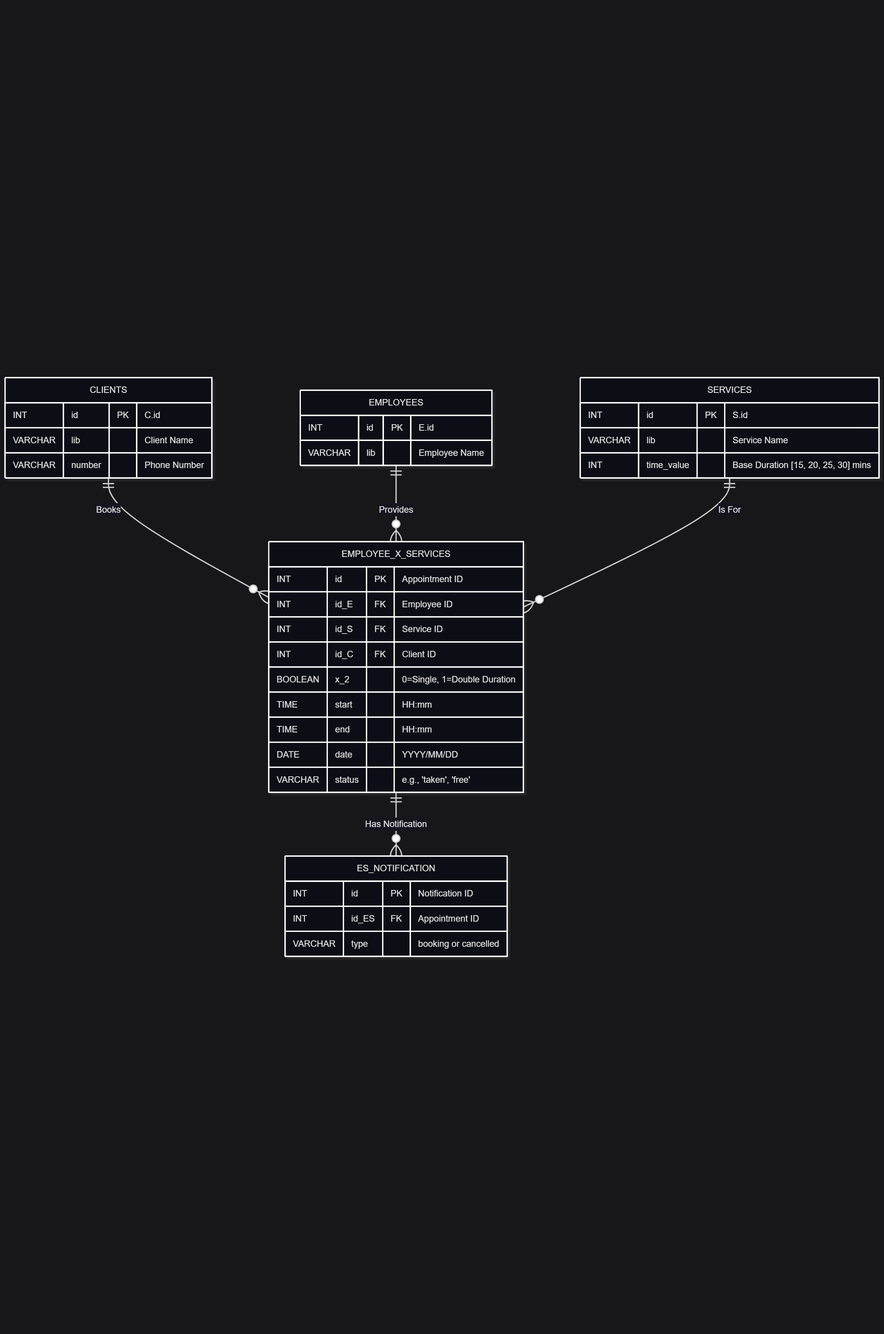
Earlier version of the Mermaid export datamodel.png (NinjaZMY/DaleelTeq-Booking-Simulation-Service-). Its source is kept beside it as datamodel.mmd.
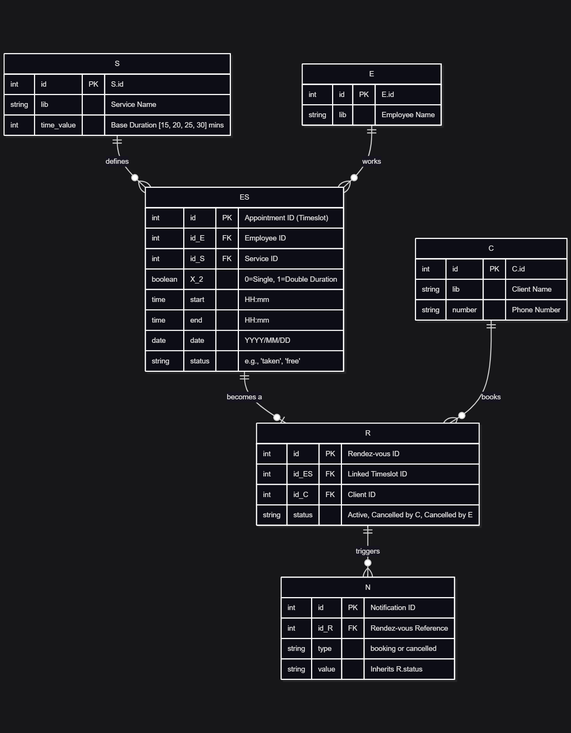
After the change.

Diff of the diagram source:
```diff
@@ -1,40 +1,48 @@
 erDiagram
-    CLIENTS {
-        INT id PK "C.id"
-        VARCHAR lib "Client Name"
-        VARCHAR number "Phone Number"
+    S ||--o{ ES : "defines"
+    E ||--o{ ES : "works"
+    ES ||--o| R : "becomes a"
+    C ||--o{ R : "books"
+    R ||--o{ N : "triggers"
+
+    S {
+        int id PK "S.id"
+        string lib "Service Name"
+        int time_value "Base Duration [15, 20, 25, 30] mins"
     }
 
-    EMPLOYEES {
-        INT id PK "E.id"
-        VARCHAR lib "Employee Name"
+    E {
+        int id PK "E.id"
+        string lib "Employee Name"
     }
 
-    SERVICES {
-        INT id PK "S.id"
-        VARCHAR lib "Service Name"
-        INT time_value "Base Duration [15, 20, 25, 30] mins"
+    C {
+        int id PK "C.id"
+        string lib "Client Name"
+        string number "Phone Number"
     }
 
-    EMPLOYEE_X_SERVICES {
-        INT id PK "Appointment ID"
-        INT id_E FK "Employee ID"
-        INT id_S FK "Service ID"
-        INT id_C FK "Client ID"
-        BOOLEAN x_2 "0=Single, 1=Double Duration"
-        TIME start "HH:mm"
-        TIME end "HH:mm"
-        DATE date "YYYY/MM/DD"
-        VARCHAR status "e.g., 'taken', 'free'"
+    ES {
+        int id PK "Appointment ID (Timeslot)"
+        int id_E FK "Employee ID"
+        int id_S FK "Service ID"
+        boolean X_2 "0=Single, 1=Double Duration"
+        time start "HH:mm"
+        time end "HH:mm"
+        date date "YYYY/MM/DD"
+        string status "e.g., 'taken', 'free'"
     }
 
-    ES_NOTIFICATION {
-        INT id PK "Notification ID"
-        INT id_ES FK "Appointment ID"
-        VARCHAR type "booking or cancelled"
+    R {
+        int id PK "Rendez-vous ID"
+        int id_ES FK "Linked Timeslot ID"
+        int id_C FK "Client ID"
+        string status "Active, Cancelled by C, Cancelled by E"
     }
 
-    CLIENTS ||--o{ EMPLOYEE_X_SERVICES : "Books"
-    EMPLOYEES ||--o{ EMPLOYEE_X_SERVICES : "Provides"
-    SERVICES ||--o{ EMPLOYEE_X_SERVICES : "Is For"
-    EMPLOYEE_X_SERVICES ||--o{ ES_NOTIFICATION : "Has Notification"
+    N {
+        int id PK "Notification ID"
+        int id_R FK "Rendez-vous Reference"
+        string type "booking or cancelled"
+        string value "Inherits R.status"
+    }
```
